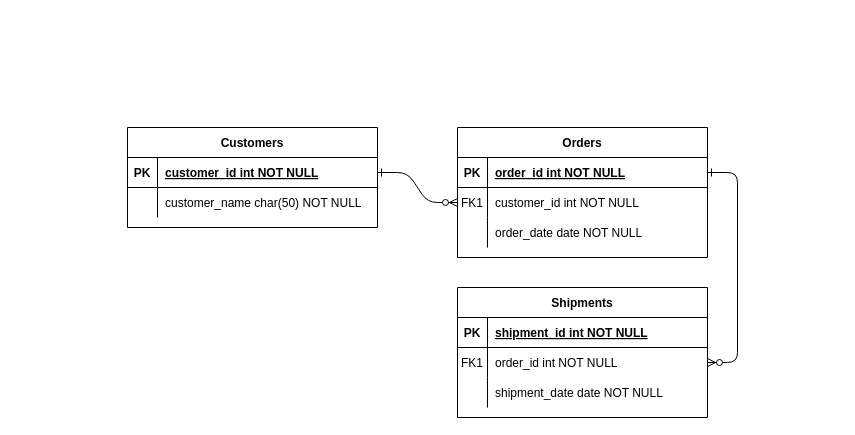
jordansaker/ERDs keeps this draw.io diagram as Untitled Diagram.drawio. Above is the earlier version. Source tidied: cells renumbered, new cells numbered last; positions are measured from the earlier drawing's top-left corner, leaving out a move shared by most shapes. Both pictures are drawn from the tidied source at 100%, with x=0, y=0 at pixel (127, 127).
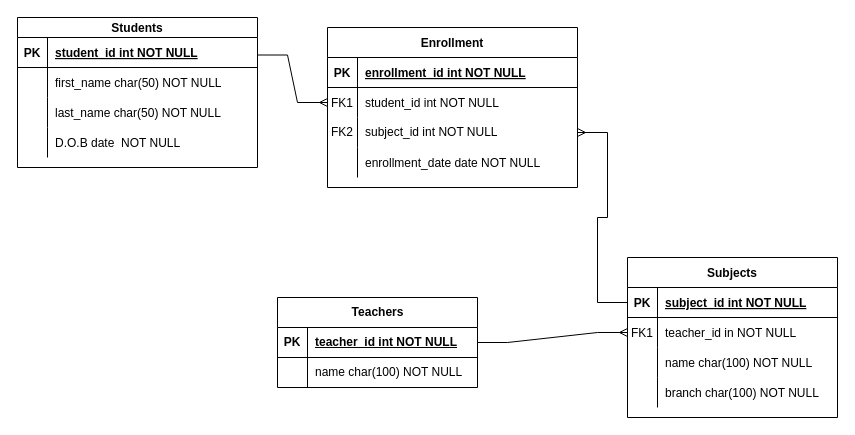
The same diagram, later.

Unchanged cells that the change refers to:
```xml
<mxCell id="15" style="shape=partialRectangle;fillColor=none;top=0;left=0;right=0;bottom=1;" parent="14" vertex="1">
  <mxGeometry y="30" width="250" height="30" as="geometry" />
</mxCell>
<mxCell id="18" style="shape=partialRectangle;fillColor=none;points=[[0,0.5],[1,0.5]];portConstraint=eastwest;top=0;left=0;right=0;bottom=0;" parent="14" vertex="1">
  <mxGeometry y="60" width="250" height="30" as="geometry" />
</mxCell>
```

What changed in the source:
```diff
@@
-    <mxCell id="2" style="edgeStyle=entityRelationEdgeStyle;endArrow=ERzeroToMany;startArrow=ERone;endFill=1;startFill=0;" parent="1" edge="1" source="25" target="8">
-      <mxGeometry relative="1" as="geometry" />
-    </mxCell>
-    <mxCell id="3" style="edgeStyle=entityRelationEdgeStyle;endArrow=ERzeroToMany;startArrow=ERone;endFill=1;startFill=0;" parent="1" edge="1" source="5" target="18">
-      <mxGeometry relative="1" as="geometry" />
-    </mxCell>
-    <mxCell id="4" value="Orders" style="shape=table;startSize=30;childLayout=tableLayout;rowLines=0;fontStyle=1;align=center;" parent="1" vertex="1">
-      <mxGeometry x="330" width="250" height="130" as="geometry" />
+    <mxCell id="4" value="Subjects" style="shape=table;startSize=30;childLayout=tableLayout;rowLines=0;fontStyle=1;align=center;" parent="1" vertex="1">
+      <mxGeometry x="500" y="130" width="210" height="160" as="geometry" />
     </mxCell>
     <mxCell id="5" style="shape=partialRectangle;fillColor=none;points=[[0,0.5],[1,0.5]];portConstraint=eastwest;top=0;left=0;right=0;bottom=1;" parent="4" vertex="1">
-      <mxGeometry y="30" width="250" height="30" as="geometry" />
+      <mxGeometry y="30" width="210" height="30" as="geometry" />
     </mxCell>
@@
-    <mxCell id="7" value="order_id int NOT NULL " style="shape=partialRectangle;overflow=hidden;fillColor=none;top=0;left=0;bottom=0;right=0;align=left;spacingLeft=6;fontStyle=5;" parent="5" vertex="1">
-      <mxGeometry x="30" width="220" height="30" as="geometry" />
+    <mxCell id="7" value="subject_id int NOT NULL " style="shape=partialRectangle;overflow=hidden;fillColor=none;top=0;left=0;bottom=0;right=0;align=left;spacingLeft=6;fontStyle=5;" parent="5" vertex="1">
+      <mxGeometry x="30" width="180" height="30" as="geometry" />
     </mxCell>
     <mxCell id="8" style="shape=partialRectangle;fillColor=none;points=[[0,0.5],[1,0.5]];portConstraint=eastwest;top=0;left=0;right=0;bottom=0;" parent="4" vertex="1">
-      <mxGeometry y="60" width="250" height="30" as="geometry" />
+      <mxGeometry y="60" width="210" height="30" as="geometry" />
     </mxCell>
@@
-    <mxCell id="10" value="customer_id int NOT NULL" style="shape=partialRectangle;overflow=hidden;fillColor=none;top=0;left=0;bottom=0;right=0;align=left;spacingLeft=6;" parent="8" vertex="1">
-      <mxGeometry x="30" width="220" height="30" as="geometry" />
+    <mxCell id="10" value="teacher_id in NOT NULL" style="shape=partialRectangle;overflow=hidden;fillColor=none;top=0;left=0;bottom=0;right=0;align=left;spacingLeft=6;" parent="8" vertex="1">
+      <mxGeometry x="30" width="180" height="30" as="geometry" />
     </mxCell>
     <mxCell id="11" style="shape=partialRectangle;fillColor=none;top=0;left=0;right=0;bottom=0;" parent="4" vertex="1">
-      <mxGeometry y="90" width="250" height="30" as="geometry" />
+      <mxGeometry y="90" width="210" height="30" as="geometry" />
     </mxCell>
@@
-    <mxCell id="13" value="order_date date NOT NULL" style="shape=partialRectangle;overflow=hidden;fillColor=none;top=0;left=0;bottom=0;right=0;align=left;spacingLeft=6;" parent="11" vertex="1">
-      <mxGeometry x="30" width="220" height="30" as="geometry" />
+    <mxCell id="13" value="name char(100) NOT NULL" style="shape=partialRectangle;overflow=hidden;fillColor=none;top=0;left=0;bottom=0;right=0;align=left;spacingLeft=6;" parent="11" vertex="1">
+      <mxGeometry x="30" width="180" height="30" as="geometry" />
     </mxCell>
+    <mxCell id="31" style="shape=tableRow;horizontal=0;startSize=0;swimlaneHead=0;swimlaneBody=0;fillColor=none;top=0;left=0;right=0;bottom=0;" parent="4" vertex="1">
+      <mxGeometry y="120" width="210" height="30" as="geometry" />
+    </mxCell>
+    <mxCell id="32" style="shape=partialRectangle;fillColor=none;top=0;left=0;bottom=0;right=0;overflow=hidden;" parent="31" vertex="1">
+      <mxGeometry width="30" height="30" as="geometry" />
+    </mxCell>
+    <mxCell id="33" value="branch char(100) NOT NULL" style="shape=partialRectangle;fillColor=none;top=0;left=0;bottom=0;right=0;align=left;spacingLeft=6;overflow=hidden;" parent="31" vertex="1">
+      <mxGeometry x="30" width="180" height="30" as="geometry" />
+    </mxCell>
-    <mxCell id="14" value="Shipments" style="shape=table;startSize=30;childLayout=tableLayout;rowLines=0;fontStyle=1;align=center;" parent="1" vertex="1">
-      <mxGeometry x="330" y="160" width="250" height="130" as="geometry" />
+    <mxCell id="14" value="Enrollment" style="shape=table;startSize=30;childLayout=tableLayout;rowLines=0;fontStyle=1;align=center;" parent="1" vertex="1">
+      <mxGeometry x="200" y="-100" width="250" height="160" as="geometry" />
     </mxCell>
@@
-    <mxCell id="17" value="shipment_id int NOT NULL " style="shape=partialRectangle;overflow=hidden;fillColor=none;top=0;left=0;bottom=0;right=0;align=left;spacingLeft=6;fontStyle=5;" parent="15" vertex="1">
+    <mxCell id="17" value="enrollment_id int NOT NULL " style="shape=partialRectangle;overflow=hidden;fillColor=none;top=0;left=0;bottom=0;right=0;align=left;spacingLeft=6;fontStyle=5;" parent="15" vertex="1">
       <mxGeometry x="30" width="220" height="30" as="geometry" />
     </mxCell>
@@
-    <mxCell id="20" value="order_id int NOT NULL" style="shape=partialRectangle;overflow=hidden;fillColor=none;top=0;left=0;bottom=0;right=0;align=left;spacingLeft=6;" parent="18" vertex="1">
+    <mxCell id="20" value="student_id int NOT NULL" style="shape=partialRectangle;overflow=hidden;fillColor=none;top=0;left=0;bottom=0;right=0;align=left;spacingLeft=6;" parent="18" vertex="1">
       <mxGeometry x="30" width="220" height="30" as="geometry" />
     </mxCell>
-    <mxCell id="21" style="shape=partialRectangle;fillColor=none;top=0;left=0;right=0;bottom=0;" parent="14" vertex="1">
-      <mxGeometry y="90" width="250" height="30" as="geometry" />
-    </mxCell>
-    <mxCell id="22" style="shape=partialRectangle;overflow=hidden;fillColor=none;top=0;left=0;bottom=0;right=0;" parent="21" vertex="1">
-      <mxGeometry width="30" height="30" as="geometry" />
-    </mxCell>
-    <mxCell id="23" value="shipment_date date NOT NULL" style="shape=partialRectangle;overflow=hidden;fillColor=none;top=0;left=0;bottom=0;right=0;align=left;spacingLeft=6;" parent="21" vertex="1">
-      <mxGeometry x="30" width="220" height="30" as="geometry" />
-    </mxCell>
+    <mxCell id="34" style="shape=tableRow;horizontal=0;startSize=0;swimlaneHead=0;swimlaneBody=0;fillColor=none;points=[[0,0.5],[1,0.5]];portConstraint=eastwest;top=0;left=0;right=0;bottom=0;" parent="14" vertex="1">
+      <mxGeometry y="90" width="250" height="30" as="geometry" />
+    </mxCell>
+    <mxCell id="35" value="FK2" style="shape=partialRectangle;fillColor=none;top=0;left=0;bottom=0;right=0;fontStyle=0;overflow=hidden;whiteSpace=wrap;html=1;" parent="34" vertex="1">
+      <mxGeometry width="30" height="30" as="geometry" />
+    </mxCell>
+    <mxCell id="36" value="subject_id int NOT NULL" style="shape=partialRectangle;fillColor=none;top=0;left=0;bottom=0;right=0;align=left;spacingLeft=6;fontStyle=0;overflow=hidden;whiteSpace=wrap;html=1;" parent="34" vertex="1">
+      <mxGeometry x="30" width="220" height="30" as="geometry" />
+    </mxCell>
+    <mxCell id="37" style="shape=tableRow;horizontal=0;startSize=0;swimlaneHead=0;swimlaneBody=0;fillColor=none;top=0;left=0;right=0;bottom=0;" parent="14" vertex="1">
+      <mxGeometry y="120" width="250" height="30" as="geometry" />
+    </mxCell>
+    <mxCell id="38" style="shape=partialRectangle;fillColor=none;top=0;left=0;bottom=0;right=0;overflow=hidden;" parent="37" vertex="1">
+      <mxGeometry width="30" height="30" as="geometry" />
+    </mxCell>
+    <mxCell id="39" value="enrollment_date date NOT NULL" style="shape=partialRectangle;fillColor=none;top=0;left=0;bottom=0;right=0;align=left;spacingLeft=6;overflow=hidden;" parent="37" vertex="1">
+      <mxGeometry x="30" width="220" height="30" as="geometry" />
+    </mxCell>
-    <mxCell id="24" value="Customers" style="shape=table;startSize=30;childLayout=tableLayout;rowLines=0;fontStyle=1;align=center;" parent="1" vertex="1">
-      <mxGeometry width="250" height="100" as="geometry" />
+    <mxCell id="24" value="Students" style="shape=table;startSize=20;childLayout=tableLayout;rowLines=0;fontStyle=1;align=center;" parent="1" vertex="1">
+      <mxGeometry x="-110" y="-110" width="240" height="150" as="geometry" />
     </mxCell>
     <mxCell id="25" style="shape=partialRectangle;fillColor=none;points=[[0,0.5],[1,0.5]];portConstraint=eastwest;top=0;left=0;right=0;bottom=1;" parent="24" vertex="1">
-      <mxGeometry y="30" width="250" height="30" as="geometry" />
+      <mxGeometry y="20" width="240" height="30" as="geometry" />
     </mxCell>
@@
-    <mxCell id="27" value="customer_id int NOT NULL " style="shape=partialRectangle;overflow=hidden;fillColor=none;top=0;left=0;bottom=0;right=0;align=left;spacingLeft=6;fontStyle=5;" parent="25" vertex="1">
-      <mxGeometry x="30" width="220" height="30" as="geometry" />
+    <mxCell id="27" value="student_id int NOT NULL " style="shape=partialRectangle;overflow=hidden;fillColor=none;top=0;left=0;bottom=0;right=0;align=left;spacingLeft=6;fontStyle=5;" parent="25" vertex="1">
+      <mxGeometry x="30" width="210" height="30" as="geometry" />
     </mxCell>
     <mxCell id="28" style="shape=partialRectangle;fillColor=none;top=0;left=0;right=0;bottom=0;" parent="24" vertex="1">
-      <mxGeometry y="60" width="250" height="30" as="geometry" />
+      <mxGeometry y="50" width="240" height="30" as="geometry" />
     </mxCell>
@@
-    <mxCell id="30" value="customer_name char(50) NOT NULL" style="shape=partialRectangle;overflow=hidden;fillColor=none;top=0;left=0;bottom=0;right=0;align=left;spacingLeft=6;" parent="28" vertex="1">
-      <mxGeometry x="30" width="220" height="30" as="geometry" />
+    <mxCell id="30" value="first_name char(50) NOT NULL" style="shape=partialRectangle;overflow=hidden;fillColor=none;top=0;left=0;bottom=0;right=0;align=left;spacingLeft=6;" parent="28" vertex="1">
+      <mxGeometry x="30" width="210" height="30" as="geometry" />
     </mxCell>
+    <mxCell id="40" style="shape=tableRow;horizontal=0;startSize=0;swimlaneHead=0;swimlaneBody=0;fillColor=none;top=0;left=0;right=0;bottom=0;" parent="24" vertex="1">
+      <mxGeometry y="80" width="240" height="30" as="geometry" />
+    </mxCell>
+    <mxCell id="41" style="shape=partialRectangle;fillColor=none;top=0;left=0;bottom=0;right=0;overflow=hidden;" parent="40" vertex="1">
+      <mxGeometry width="30" height="30" as="geometry" />
+    </mxCell>
+    <mxCell id="42" value="last_name char(50) NOT NULL" style="shape=partialRectangle;fillColor=none;top=0;left=0;bottom=0;right=0;align=left;spacingLeft=6;overflow=hidden;" parent="40" vertex="1">
+      <mxGeometry x="30" width="210" height="30" as="geometry" />
+    </mxCell>
+    <mxCell id="43" style="shape=tableRow;horizontal=0;startSize=0;swimlaneHead=0;swimlaneBody=0;fillColor=none;top=0;left=0;right=0;bottom=0;" parent="24" vertex="1">
+      <mxGeometry y="110" width="240" height="30" as="geometry" />
+    </mxCell>
+    <mxCell id="44" style="shape=partialRectangle;fillColor=none;top=0;left=0;bottom=0;right=0;overflow=hidden;" parent="43" vertex="1">
+      <mxGeometry width="30" height="30" as="geometry" />
+    </mxCell>
+    <mxCell id="45" value="D.O.B date  NOT NULL" style="shape=partialRectangle;fillColor=none;top=0;left=0;bottom=0;right=0;align=left;spacingLeft=6;overflow=hidden;" parent="43" vertex="1">
+      <mxGeometry x="30" width="210" height="30" as="geometry" />
+    </mxCell>
+    <mxCell id="46" style="shape=partialRectangle;overflow=hidden;fillColor=none;top=0;left=0;bottom=0;right=0;align=left;spacingLeft=6;" parent="1" vertex="1">
+      <mxGeometry x="-60" y="250" width="220" height="30" as="geometry" />
+    </mxCell>
+    <mxCell id="47" value="Teachers" style="shape=table;startSize=30;childLayout=tableLayout;rowLines=0;fontStyle=1;align=center;html=1;" parent="1" vertex="1">
+      <mxGeometry x="150" y="170" width="200" height="90" as="geometry" />
+    </mxCell>
+    <mxCell id="48" style="shape=tableRow;horizontal=0;startSize=0;swimlaneHead=0;swimlaneBody=0;fillColor=none;top=0;left=0;right=0;bottom=1;" parent="47" vertex="1">
+      <mxGeometry y="30" width="200" height="30" as="geometry" />
+    </mxCell>
+    <mxCell id="49" value="PK" style="shape=partialRectangle;fillColor=none;top=0;left=0;bottom=0;right=0;fontStyle=1;overflow=hidden;whiteSpace=wrap;html=1;" parent="48" vertex="1">
+      <mxGeometry width="30" height="30" as="geometry" />
+    </mxCell>
+    <mxCell id="50" value="teacher_id int NOT NULL" style="shape=partialRectangle;fillColor=none;top=0;left=0;bottom=0;right=0;align=left;spacingLeft=6;fontStyle=5;overflow=hidden;whiteSpace=wrap;html=1;" parent="48" vertex="1">
+      <mxGeometry x="30" width="170" height="30" as="geometry" />
+    </mxCell>
+    <mxCell id="51" style="shape=tableRow;horizontal=0;startSize=0;swimlaneHead=0;swimlaneBody=0;fillColor=none;top=0;left=0;right=0;bottom=0;" parent="47" vertex="1">
+      <mxGeometry y="60" width="200" height="30" as="geometry" />
+    </mxCell>
+    <mxCell id="52" style="shape=partialRectangle;fillColor=none;top=0;left=0;bottom=0;right=0;overflow=hidden;whiteSpace=wrap;html=1;" parent="51" vertex="1">
+      <mxGeometry width="30" height="30" as="geometry" />
+    </mxCell>
+    <mxCell id="53" value="name char(100) NOT NULL" style="shape=partialRectangle;fillColor=none;top=0;left=0;bottom=0;right=0;align=left;spacingLeft=6;overflow=hidden;whiteSpace=wrap;html=1;" parent="51" vertex="1">
+      <mxGeometry x="30" width="170" height="30" as="geometry" />
+    </mxCell>
+    <mxCell id="54" style="edgeStyle=entityRelationEdgeStyle;fontSize=12;html=1;endArrow=ERmany;rounded=0;exitX=1;exitY=0.25;exitDx=0;exitDy=0;entryX=0;entryY=0.5;entryDx=0;entryDy=0;" parent="1" edge="1" source="24" target="18">
+      <mxGeometry relative="1" as="geometry" />
+    </mxCell>
+    <mxCell id="55" style="edgeStyle=entityRelationEdgeStyle;fontSize=12;html=1;endArrow=ERmany;rounded=0;exitX=1;exitY=0.5;exitDx=0;exitDy=0;entryX=0;entryY=0.5;entryDx=0;entryDy=0;" parent="1" edge="1" source="47" target="8">
+      <mxGeometry relative="1" as="geometry" />
+    </mxCell>
+    <mxCell id="56" style="edgeStyle=entityRelationEdgeStyle;fontSize=12;html=1;endArrow=ERmany;rounded=0;entryX=1;entryY=0.5;entryDx=0;entryDy=0;exitX=0;exitY=0.5;exitDx=0;exitDy=0;" parent="1" edge="1" source="5" target="34">
+      <mxGeometry relative="1" as="geometry" />
+    </mxCell>
```
